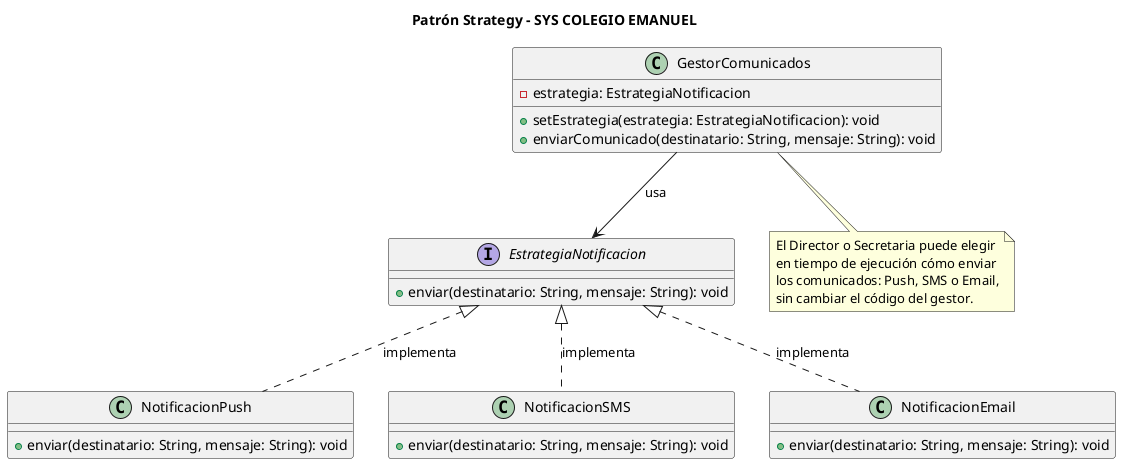
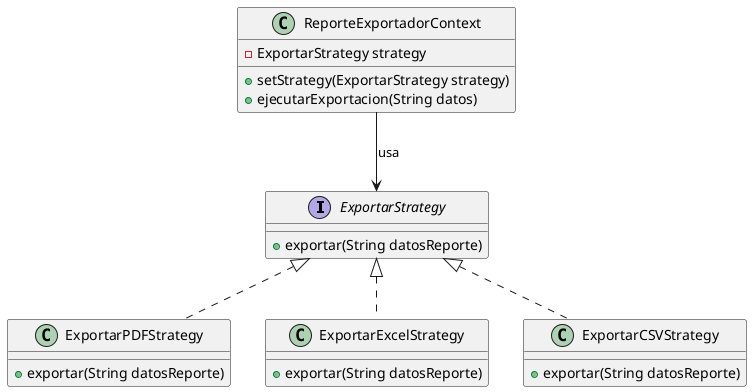
- @startuml
- title Patrón Strategy - SYS COLEGIO EMANUEL
+ @startuml Patron_Strategy_Exportacion

- interface EstrategiaNotificacion {
-     + enviar(destinatario: String, mensaje: String): void
+ interface ExportarStrategy {
+     +exportar(String datosReporte)
}

- class NotificacionPush {
-     + enviar(destinatario: String, mensaje: String): void
+ class ExportarPDFStrategy {
+     +exportar(String datosReporte)
}

- class NotificacionSMS {
-     + enviar(destinatario: String, mensaje: String): void
+ class ExportarExcelStrategy {
+     +exportar(String datosReporte)
}

- class NotificacionEmail {
-     + enviar(destinatario: String, mensaje: String): void
+ class ExportarCSVStrategy {
+     +exportar(String datosReporte)
}

- class GestorComunicados {
-     - estrategia: EstrategiaNotificacion
-     + setEstrategia(estrategia: EstrategiaNotificacion): void
-     + enviarComunicado(destinatario: String, mensaje: String): void
+ class ReporteExportadorContext {
+     - ExportarStrategy strategy
+     + setStrategy(ExportarStrategy strategy)
+     + ejecutarExportacion(String datos)
}

- EstrategiaNotificacion <|.. NotificacionPush : implementa
- EstrategiaNotificacion <|.. NotificacionSMS : implementa
- EstrategiaNotificacion <|.. NotificacionEmail : implementa
- GestorComunicados --> EstrategiaNotificacion : usa
- 
- note bottom of GestorComunicados
-   El Director o Secretaria puede elegir
-   en tiempo de ejecución cómo enviar
-   los comunicados: Push, SMS o Email,
-   sin cambiar el código del gestor.
- end note
+ ExportarStrategy <|.. ExportarPDFStrategy
+ ExportarStrategy <|.. ExportarExcelStrategy
+ ExportarStrategy <|.. ExportarCSVStrategy
+ ReporteExportadorContext --> ExportarStrategy : usa

@enduml